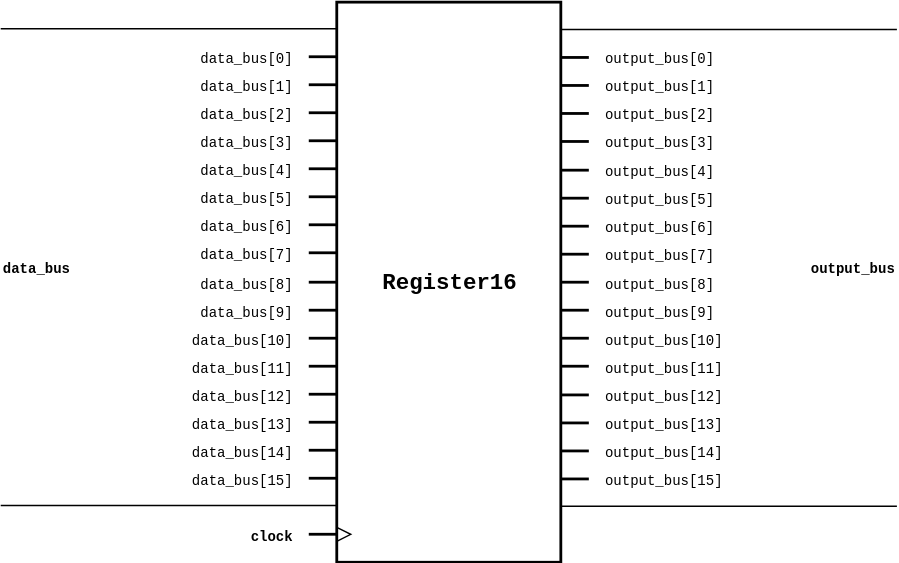
The draw.io diagram docs/images/schematics/storage/Register16.svg in jamesjiang52/Bitwise, before a commit. Source tidied: cells renumbered, new cells last; positions are measured from the earlier drawing's top-left corner, leaving out a move shared by most shapes.
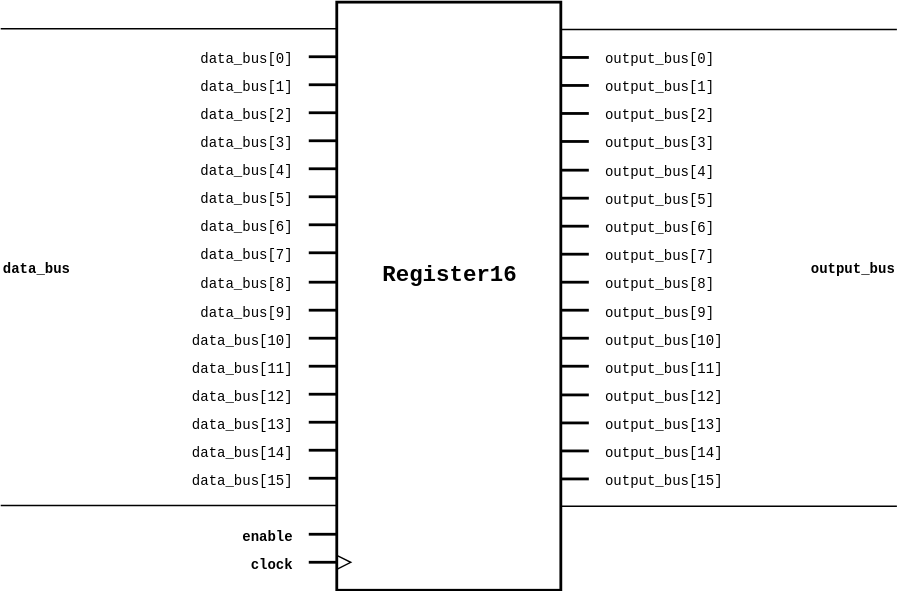
Above is the later version.

Diff of the diagram source:
```diff
@@ -3,7 +3,7 @@
     <mxCell id="0" />
     <mxCell id="1" parent="0" />
     <mxCell id="2" style="group;" parent="1" vertex="1">
-      <mxGeometry width="640" height="400" as="geometry" />
+      <mxGeometry width="640" height="420" as="geometry" />
     </mxCell>
     <mxCell id="3" value="&lt;font face=&quot;Courier New&quot;&gt;&lt;font style=&quot;font-size: 10px&quot;&gt;data_bus[2]&lt;/font&gt;&lt;br&gt;&lt;/font&gt;" style="text;html=1;strokeColor=none;fillColor=none;align=right;verticalAlign=middle;whiteSpace=wrap;rounded=0;" parent="2" vertex="1">
       <mxGeometry x="160" y="69" width="50" height="20" as="geometry" />
@@ -12,7 +12,7 @@
       <mxGeometry x="160" y="49" width="50" height="20" as="geometry" />
     </mxCell>
     <mxCell id="5" style="rounded=0;whiteSpace=wrap;html=1;strokeWidth=2;" parent="2" vertex="1">
-      <mxGeometry x="240" width="160" height="400" as="geometry" />
+      <mxGeometry x="240" width="160" height="420" as="geometry" />
     </mxCell>
     <mxCell id="6" style="endArrow=none;html=1;strokeWidth=2;" parent="2" edge="1">
       <mxGeometry relative="1" as="geometry">
@@ -27,7 +27,7 @@
       </mxGeometry>
     </mxCell>
     <mxCell id="8" value="&lt;font face=&quot;Courier New&quot;&gt;&lt;span style=&quot;font-size: 16px&quot;&gt;&lt;b&gt;Register16&lt;/b&gt;&lt;/span&gt;&lt;/font&gt;&lt;br&gt;" style="text;html=1;strokeColor=none;fillColor=none;align=center;verticalAlign=middle;whiteSpace=wrap;rounded=0;" parent="2" vertex="1">
-      <mxGeometry x="240" width="160" height="400" as="geometry" />
+      <mxGeometry x="240" width="160" height="390" as="geometry" />
     </mxCell>
     <mxCell id="9" value="&lt;font face=&quot;Courier New&quot;&gt;&lt;font style=&quot;font-size: 10px&quot;&gt;data_bus[0]&lt;/font&gt;&lt;br&gt;&lt;/font&gt;" style="text;html=1;strokeColor=none;fillColor=none;align=right;verticalAlign=middle;whiteSpace=wrap;rounded=0;" parent="2" vertex="1">
       <mxGeometry x="160" y="29" width="50" height="20" as="geometry" />
@@ -115,15 +115,15 @@
     </mxCell>
     <mxCell id="27" style="endArrow=none;html=1;strokeWidth=2;" parent="2" edge="1">
       <mxGeometry relative="1" as="geometry">
-        <mxPoint x="220" y="380" as="sourcePoint" />
-        <mxPoint x="240" y="380" as="targetPoint" />
+        <mxPoint x="220" y="400" as="sourcePoint" />
+        <mxPoint x="240" y="400" as="targetPoint" />
       </mxGeometry>
     </mxCell>
     <mxCell id="28" style="triangle;whiteSpace=wrap;html=1;fillColor=none;" parent="2" vertex="1">
-      <mxGeometry x="240" y="375" width="10" height="10" as="geometry" />
+      <mxGeometry x="240" y="395" width="10" height="10" as="geometry" />
     </mxCell>
     <mxCell id="29" value="&lt;font face=&quot;Courier New&quot;&gt;&lt;b&gt;&lt;font style=&quot;font-size: 10px&quot;&gt;clock&lt;/font&gt;&lt;/b&gt;&lt;br&gt;&lt;/font&gt;" style="text;html=1;strokeColor=none;fillColor=none;align=right;verticalAlign=middle;whiteSpace=wrap;rounded=0;" parent="2" vertex="1">
-      <mxGeometry x="160" y="370" width="50" height="20" as="geometry" />
+      <mxGeometry x="160" y="390" width="50" height="20" as="geometry" />
     </mxCell>
     <mxCell id="30" value="&lt;font face=&quot;Courier New&quot;&gt;&lt;font style=&quot;font-size: 10px&quot;&gt;data_bus[6]&lt;/font&gt;&lt;br&gt;&lt;/font&gt;" style="text;html=1;strokeColor=none;fillColor=none;align=right;verticalAlign=middle;whiteSpace=wrap;rounded=0;" parent="2" vertex="1">
       <mxGeometry x="160" y="149" width="50" height="20" as="geometry" />
@@ -341,5 +341,14 @@
     <mxCell id="77" value="&lt;font face=&quot;Courier New&quot; style=&quot;font-size: 10px&quot;&gt;output_bus[15]&lt;/font&gt;" style="text;html=1;strokeColor=none;fillColor=none;align=left;verticalAlign=middle;whiteSpace=wrap;rounded=0;" parent="2" vertex="1">
       <mxGeometry x="430" y="330.5" width="80" height="20" as="geometry" />
     </mxCell>
+    <mxCell id="78" style="endArrow=none;html=1;strokeWidth=2;" parent="2" edge="1">
+      <mxGeometry relative="1" as="geometry">
+        <mxPoint x="220" y="380" as="sourcePoint" />
+        <mxPoint x="240" y="380" as="targetPoint" />
+      </mxGeometry>
+    </mxCell>
+    <mxCell id="79" value="&lt;font face=&quot;Courier New&quot;&gt;&lt;b&gt;&lt;font style=&quot;font-size: 10px&quot;&gt;enable&lt;/font&gt;&lt;/b&gt;&lt;br&gt;&lt;/font&gt;" style="text;html=1;strokeColor=none;fillColor=none;align=right;verticalAlign=middle;whiteSpace=wrap;rounded=0;" parent="2" vertex="1">
+      <mxGeometry x="160" y="370" width="50" height="20" as="geometry" />
+    </mxCell>
   </root>
 </mxGraphModel>
```
